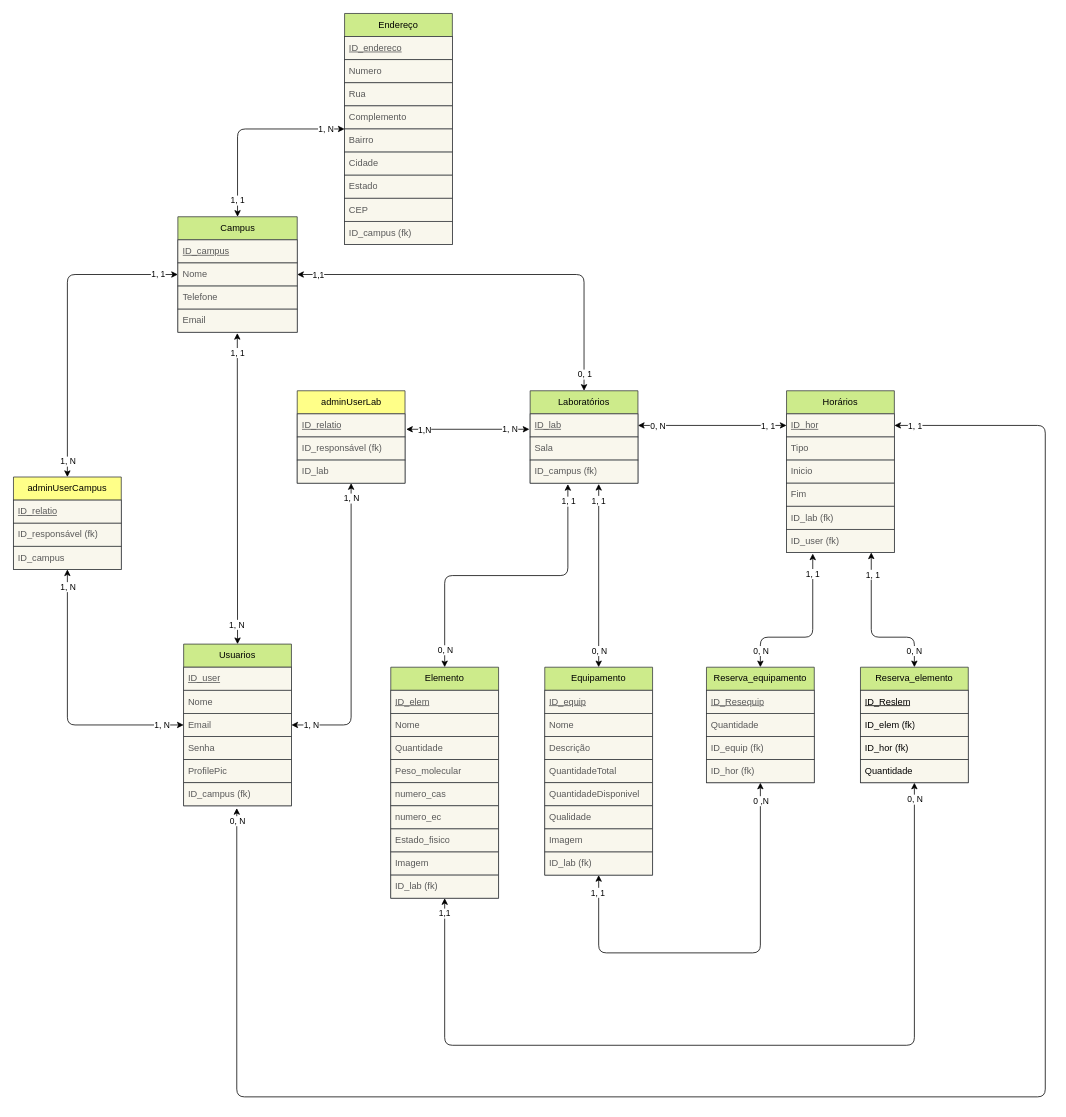
This is database/iflab.drawio from MatheusCamargoGinebro/APIFlab, a draw.io file, before an edit. Source tidied: cells renumbered, new cells numbered last; positions are measured from the earlier drawing's top-left corner, leaving out a move shared by most shapes. Both pictures are drawn from the tidied source at 77%, with x=0, y=0 at pixel (13, 13).
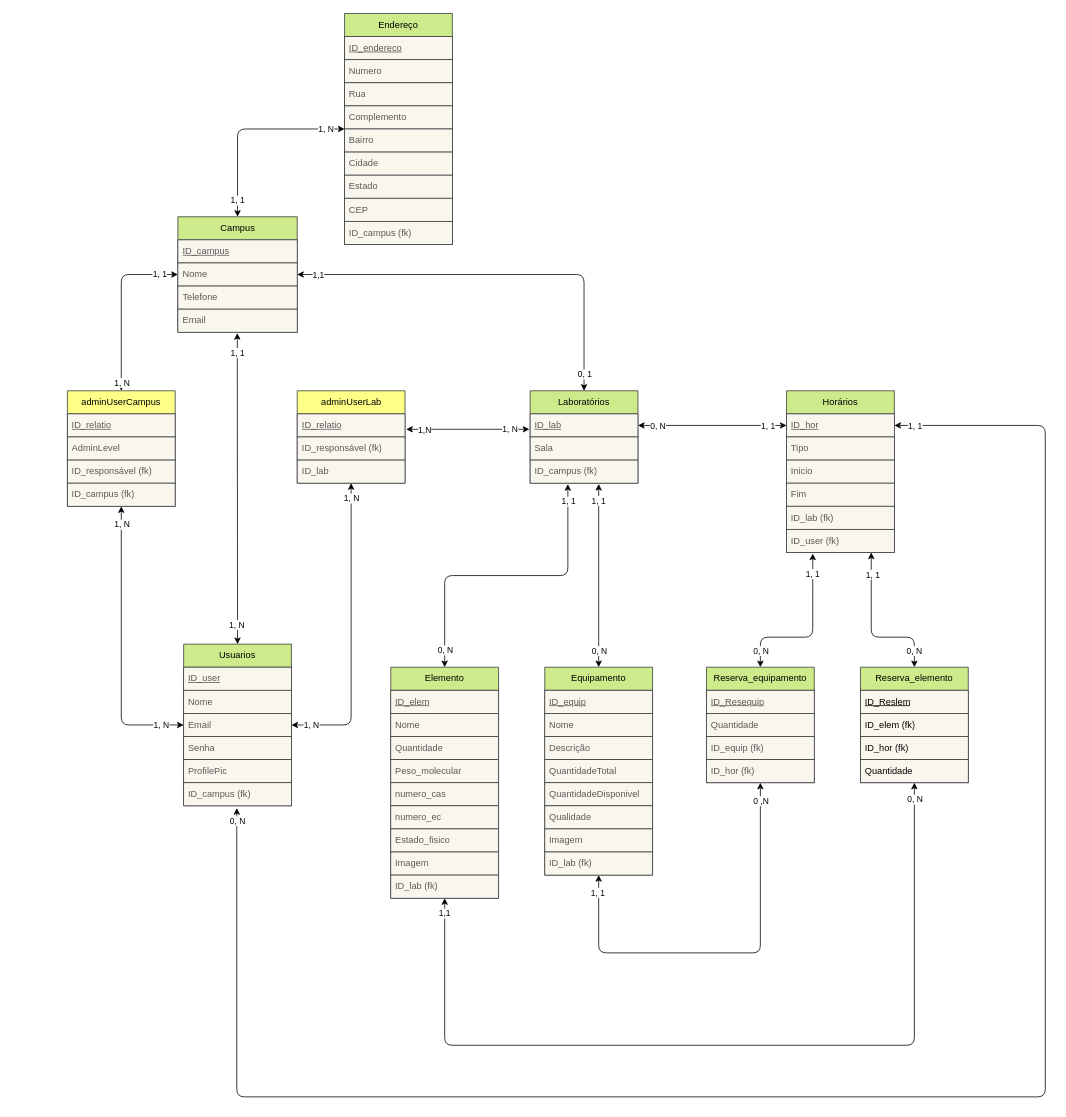
After the change.

Commit message (it also covers changes not shown here):
Refactor database schema and models, make AdminLevel column in lab table non-nullable

The change refers to these unchanged cells:
```xml
<mxCell id="100" style="edgeStyle=orthogonalEdgeStyle;html=1;entryX=0;entryY=0.5;entryDx=0;entryDy=0;startArrow=classic;startFill=1;" parent="1" edge="1" source="103" target="23">
  <mxGeometry relative="1" as="geometry" />
</mxCell>
```

Change to the diagram source:
```diff
@@
     <mxCell id="101" value="1, 1" style="edgeLabel;html=1;align=center;verticalAlign=middle;fontColor=#000000;labelBackgroundColor=#FFFFFF;" parent="100" vertex="1">
       <mxGeometry x="0.88" y="1" relative="1" as="geometry">
-        <mxPoint x="-2" as="offset" />
+        <mxPoint x="-11" as="offset" />
       </mxGeometry>
     </mxCell>
@@
     <mxCell id="103" value="adminUserCampus" style="swimlane;fontStyle=0;horizontal=1;startSize=30;whiteSpace=wrap;html=1;fillColor=#ffff88;strokeColor=#36393d;fontColor=#000000;" parent="1" vertex="1">
-      <mxGeometry y="602" width="140" height="120" as="geometry" />
+      <mxGeometry x="70" y="490" width="140" height="150" as="geometry" />
     </mxCell>
@@
+    <mxCell id="117" value="AdminLevel" style="text;strokeColor=#36393d;fillColor=#f9f7ed;align=left;verticalAlign=middle;spacingLeft=4;spacingRight=4;overflow=hidden;whiteSpace=wrap;html=1;fontColor=#595959;" parent="103" vertex="1">
+      <mxGeometry y="60" width="140" height="30" as="geometry" />
+    </mxCell>
     <mxCell id="105" value="ID_responsável (fk)" style="text;strokeColor=#36393d;fillColor=#f9f7ed;align=left;verticalAlign=middle;spacingLeft=4;spacingRight=4;overflow=hidden;whiteSpace=wrap;html=1;fontColor=#595959;" parent="103" vertex="1">
-      <mxGeometry y="60" width="140" height="30" as="geometry" />
+      <mxGeometry y="90" width="140" height="30" as="geometry" />
     </mxCell>
-    <mxCell id="106" value="ID_campus" style="text;strokeColor=#36393d;fillColor=#f9f7ed;align=left;verticalAlign=middle;spacingLeft=4;spacingRight=4;overflow=hidden;points=[[0,0.5],[1,0.5]];portConstraint=eastwest;whiteSpace=wrap;html=1;fontColor=#595959;" parent="103" vertex="1">
-      <mxGeometry y="90" width="140" height="30" as="geometry" />
+    <mxCell id="106" value="ID_campus (fk)" style="text;strokeColor=#36393d;fillColor=#f9f7ed;align=left;verticalAlign=middle;spacingLeft=4;spacingRight=4;overflow=hidden;points=[[0,0.5],[1,0.5]];portConstraint=eastwest;whiteSpace=wrap;html=1;fontColor=#595959;" parent="103" vertex="1">
+      <mxGeometry y="120" width="140" height="30" as="geometry" />
     </mxCell>
```
